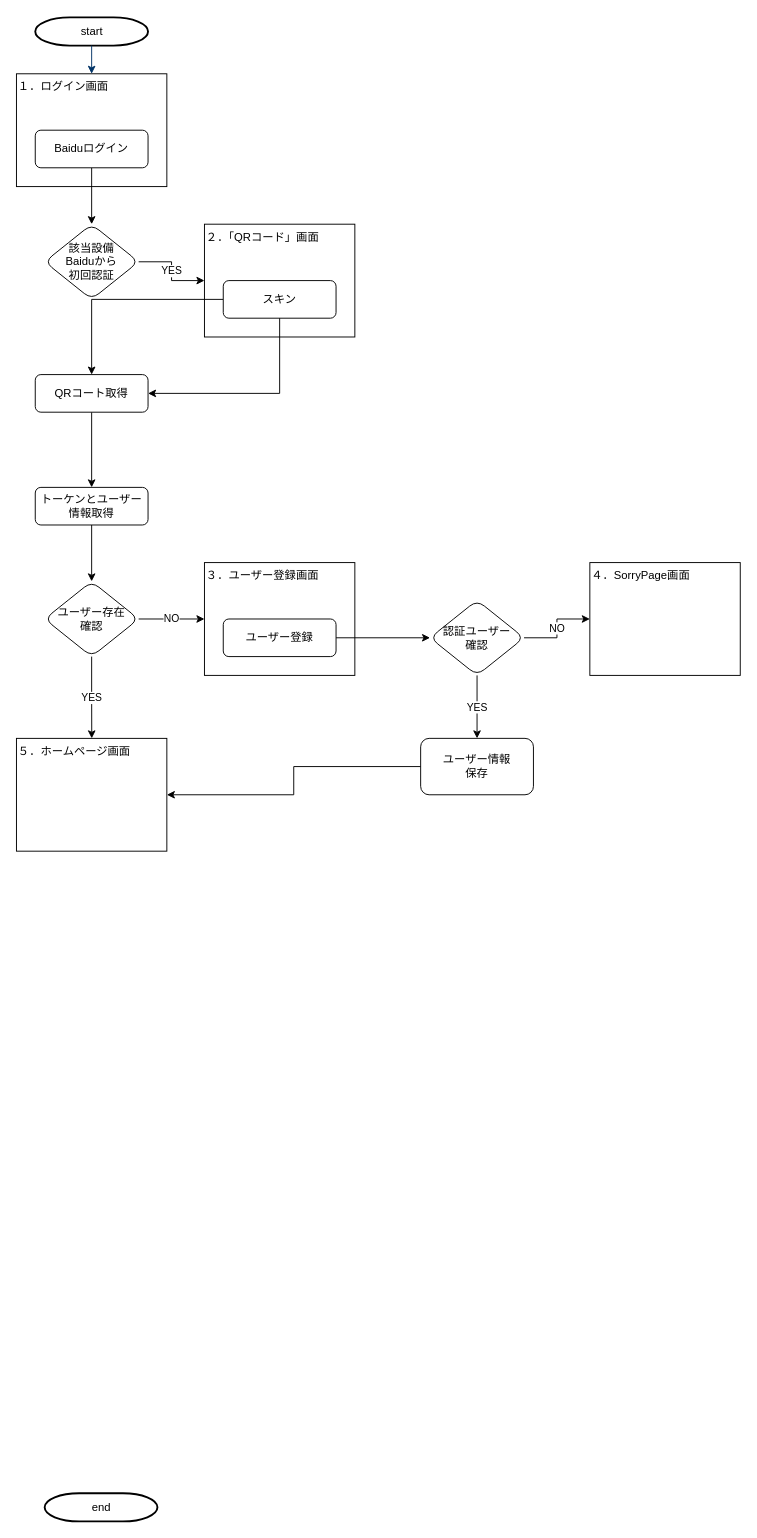
Above: 処理フロー.drawio in simple321vip/violin-trade (draw.io), before the change. Source tidied: cells renumbered, new cells numbered last; positions are measured from the earlier drawing's top-left corner, leaving out a move shared by most shapes. Both pictures are drawn from the tidied source at 94%, with x=0, y=0 at pixel (16, 17).
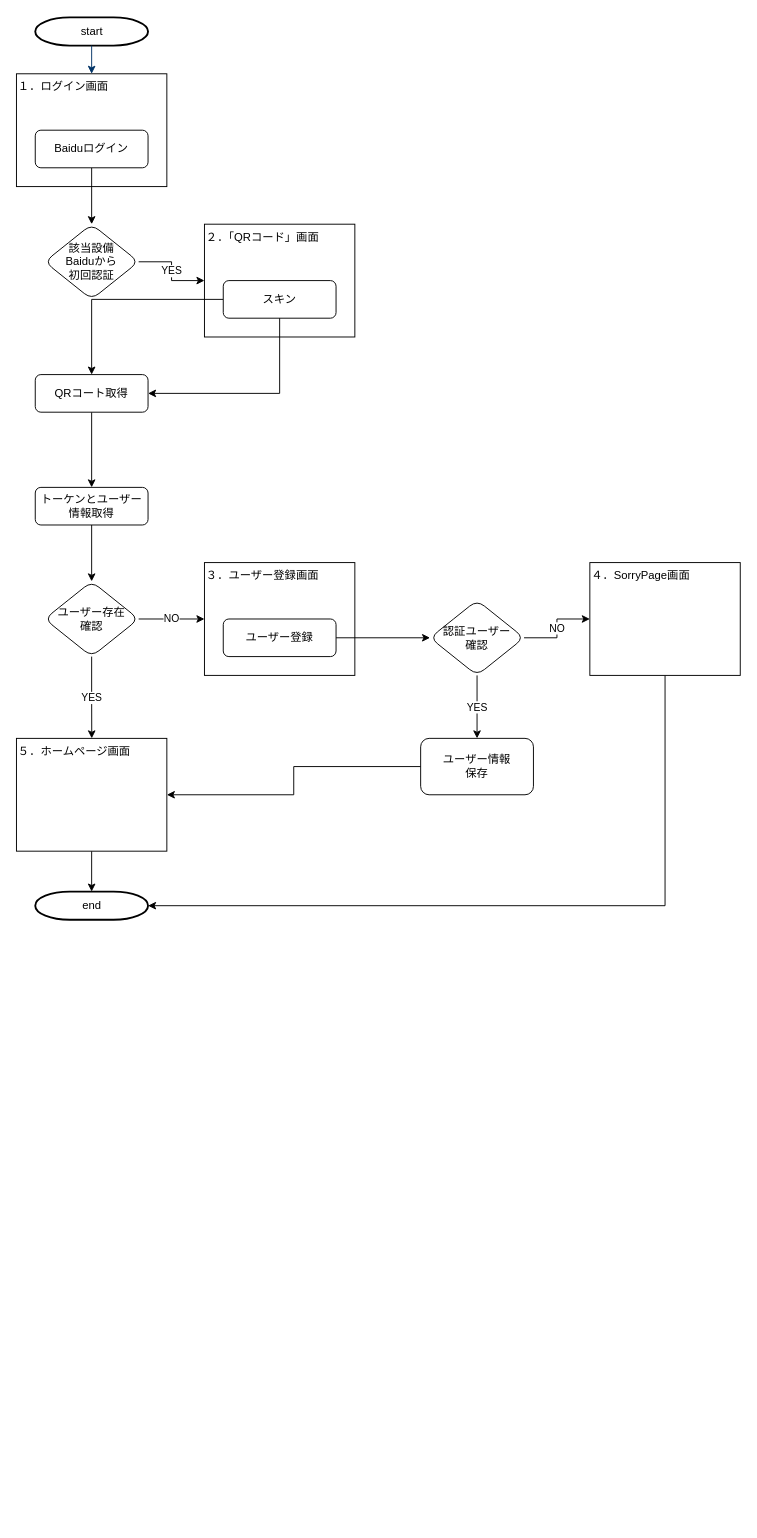
The same diagram, later.

Commit message (it also covers changes not shown here):
更新処理フロー.drawio

The change refers to these unchanged cells:
```xml
<mxCell id="27" value="４．SorryPage画面" style="rounded=0;whiteSpace=wrap;html=1;align=left;verticalAlign=top;" parent="1" vertex="1">
  <mxGeometry x="610" y="580" width="160" height="120" as="geometry" />
</mxCell>
<mxCell id="29" value="５．ホームページ画面" style="rounded=0;whiteSpace=wrap;html=1;align=left;verticalAlign=top;" parent="1" vertex="1">
  <mxGeometry y="767" width="160" height="120" as="geometry" />
</mxCell>
```

Change to the diagram source:
```diff
@@
     <mxCell id="4" value="end" style="shape=mxgraph.flowchart.terminator;strokeWidth=2;gradientColor=none;gradientDirection=north;fontStyle=0;html=1;" parent="1" vertex="1">
-      <mxGeometry x="30" y="1570" width="120" height="30" as="geometry" />
+      <mxGeometry x="20" y="930" width="120" height="30" as="geometry" />
     </mxCell>
@@
+    <mxCell id="31" style="edgeStyle=orthogonalEdgeStyle;rounded=0;jettySize=auto;html=1;entryX=1;entryY=0.5;entryDx=0;entryDy=0;entryPerimeter=0;exitX=0.5;exitY=1;exitDx=0;exitDy=0;" parent="1" edge="1" source="27" target="4">
+      <mxGeometry relative="1" as="geometry">
+        <Array as="points">
+          <mxPoint x="690" y="945" />
+        </Array>
+      </mxGeometry>
+    </mxCell>
@@
+    <mxCell id="32" style="edgeStyle=orthogonalEdgeStyle;rounded=0;jettySize=auto;html=1;" parent="1" edge="1" source="29" target="4">
+      <mxGeometry relative="1" as="geometry" />
+    </mxCell>
```
